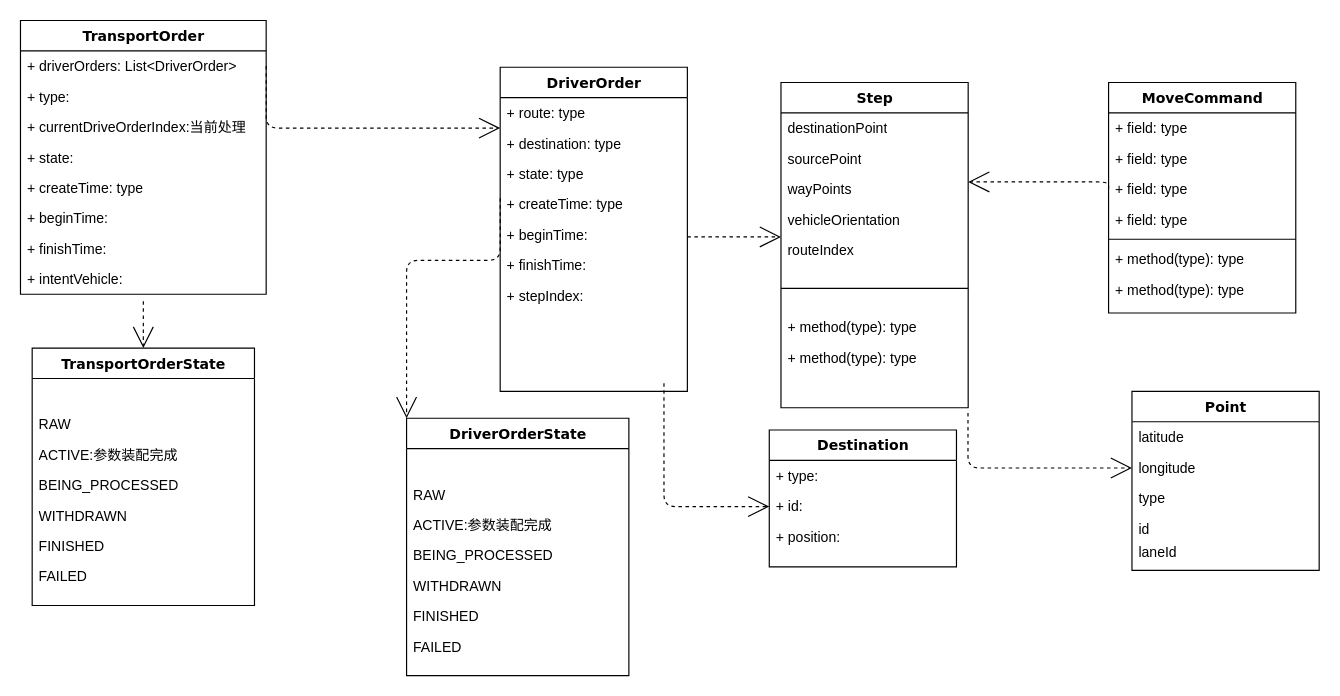
c825503724/fms keeps this draw.io diagram as 架构/领域类.drawio. Above is the earlier version. Source tidied: cells renumbered, new cells numbered last; positions are measured from the earlier drawing's top-left corner, leaving out a move shared by most shapes. Both pictures are drawn from the tidied source at 117%, with x=0, y=0 at pixel (20, 20).
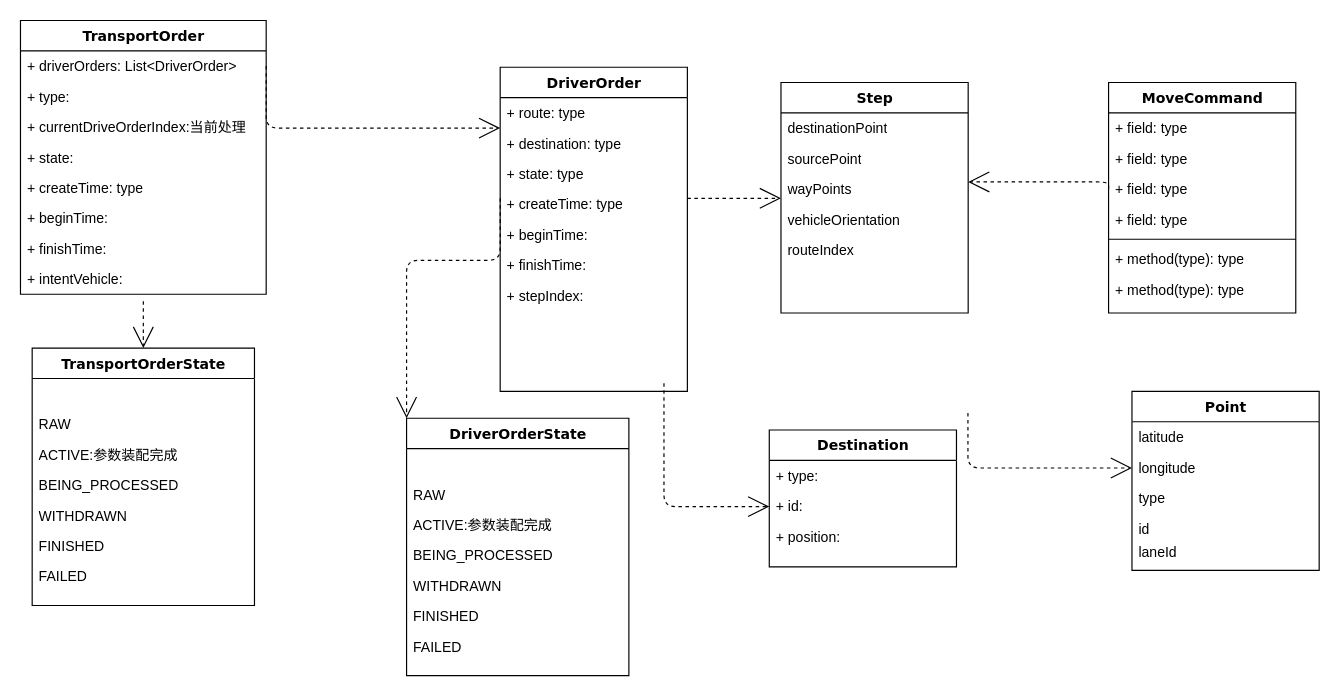
Above is the later version.

Commit message:
更新领域类.drawio

Unchanged cells that the change refers to:
```xml
<mxCell id="64" value="longitude" style="text;html=1;strokeColor=none;fillColor=none;align=left;verticalAlign=top;spacingLeft=4;spacingRight=4;whiteSpace=wrap;overflow=hidden;points=[[0,0.5],[1,0.5]];portConstraint=eastwest;" parent="62" vertex="1">
  <mxGeometry y="52" width="160" height="26" as="geometry" />
</mxCell>
```

Change to the diagram source:
```diff
@@
     <mxCell id="21" value="Step" style="swimlane;html=1;fontStyle=1;align=center;verticalAlign=top;horizontal=1;startSize=26;swimlaneFillColor=#ffffff;rounded=0;shadow=0;comic=0;labelBackgroundColor=none;strokeWidth=1;fillColor=none;fontFamily=Verdana;fontSize=12;" parent="1" vertex="1">
-      <mxGeometry x="650" y="53" width="160" height="278" as="geometry" />
+      <mxGeometry x="650" y="53" width="160" height="197" as="geometry" />
     </mxCell>
@@
-    <mxCell id="27" style="line;html=1;strokeWidth=1;fillColor=none;align=left;verticalAlign=middle;spacingTop=-1;spacingLeft=3;spacingRight=3;labelPosition=right;" parent="21" vertex="1">
-      <mxGeometry y="156" width="160" height="40" as="geometry" />
-    </mxCell>
-    <mxCell id="28" value="+ method(type): type" style="text;html=1;strokeColor=none;fillColor=none;align=left;verticalAlign=top;spacingLeft=4;spacingRight=4;whiteSpace=wrap;overflow=hidden;" parent="21" vertex="1">
-      <mxGeometry y="196" width="160" height="26" as="geometry" />
-    </mxCell>
-    <mxCell id="29" value="+ method(type): type" style="text;html=1;strokeColor=none;fillColor=none;align=left;verticalAlign=top;spacingLeft=4;spacingRight=4;whiteSpace=wrap;overflow=hidden;points=[[0,0.5],[1,0.5]];portConstraint=eastwest;" parent="21" vertex="1">
-      <mxGeometry y="222" width="160" height="56" as="geometry" />
-    </mxCell>
@@
-    <mxCell id="67" style="edgeStyle=elbowEdgeStyle;html=1;labelBackgroundColor=none;startFill=0;startSize=8;endArrow=open;endFill=0;endSize=16;fontFamily=Verdana;fontSize=12;elbow=vertical;dashed=1;entryX=0;entryY=0.5;entryDx=0;entryDy=0;exitX=0.999;exitY=1.079;exitDx=0;exitDy=0;exitPerimeter=0;" parent="1" edge="1" source="29" target="64">
+    <mxCell id="67" style="edgeStyle=elbowEdgeStyle;html=1;labelBackgroundColor=none;startFill=0;startSize=8;endArrow=open;endFill=0;endSize=16;fontFamily=Verdana;fontSize=12;elbow=vertical;dashed=1;entryX=0;entryY=0.5;entryDx=0;entryDy=0;exitX=0.999;exitY=1.079;exitDx=0;exitDy=0;exitPerimeter=0;" parent="1" edge="1" target="64">
       <mxGeometry relative="1" as="geometry">
+        <mxPoint x="809.8" y="335.4" as="sourcePoint" />
         <Array as="points">
           <mxPoint x="870" y="382.5" />
         </Array>
       </mxGeometry>
     </mxCell>
```
